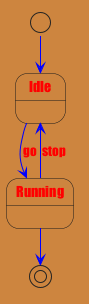
Earlier version of the PlantUML export tests/corpus/state/style.golden/style.png (h3ll5ur7er/rockuml). Source of this version:
```plantuml
@startuml
<style>
stateDiagram {
  BackgroundColor Peru
  FontName Impact
  FontColor Red
  arrow {
    FontSize 13
    LineColor Blue
  }
}
</style>
[*] --> Idle
Idle --> Running : go
Running --> Idle : stop
Running --> [*]
@enduml
```
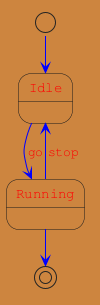
After the commit.

The edit, as a diff of the source:
```diff
@@ -2,7 +2,7 @@
 <style>
 stateDiagram {
   BackgroundColor Peru
-  FontName Impact
+  FontName Monospaced
   FontColor Red
   arrow {
     FontSize 13
```
